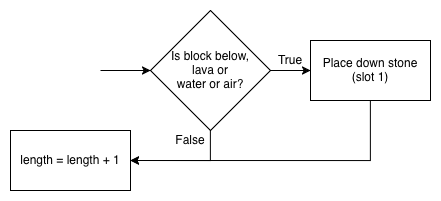
The draw.io diagram tutorials/python-islands/island-7/autominer/images/flowchart-landscape_4.png in CausewayDigital/Minecraft-EE-MakeCode, before a commit. Source tidied: cells renumbered, new cells last; positions are measured from the earlier drawing's top-left corner, leaving out a move shared by most shapes.
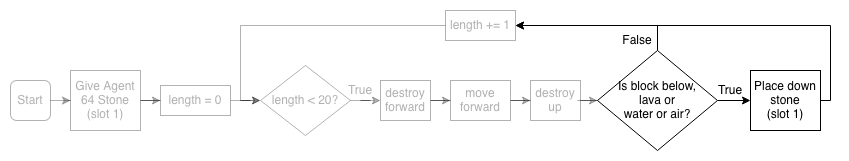
After the commit.

What changed in the source:
```diff
@@ -2,38 +2,86 @@
   <root>
     <mxCell id="0" />
     <mxCell id="1" parent="0" />
-    <mxCell id="2" style="edgeStyle=orthogonalEdgeStyle;rounded=0;jettySize=auto;html=1;" parent="1" edge="1" target="5">
-      <mxGeometry relative="1" as="geometry">
-        <mxPoint x="90" y="60" as="sourcePoint" />
-      </mxGeometry>
-    </mxCell>
+    <mxCell id="11" style="edgeStyle=orthogonalEdgeStyle;rounded=0;jettySize=auto;html=1;opacity=30;textOpacity=30;" parent="1" edge="1" source="12" target="14">
+      <mxGeometry relative="1" as="geometry" />
+    </mxCell>
+    <mxCell id="12" value="Start" style="rounded=1;whiteSpace=wrap;html=1;opacity=30;textOpacity=30;" parent="1" vertex="1">
+      <mxGeometry x="-990" y="170" width="40" height="40" as="geometry" />
+    </mxCell>
+    <mxCell id="13" style="edgeStyle=orthogonalEdgeStyle;rounded=0;jettySize=auto;html=1;opacity=30;textOpacity=30;" parent="1" edge="1" source="14" target="16">
+      <mxGeometry relative="1" as="geometry" />
+    </mxCell>
+    <mxCell id="14" value="&lt;div&gt;Give Agent 64 Stone&lt;/div&gt;(slot 1)" style="rounded=0;whiteSpace=wrap;html=1;opacity=30;textOpacity=30;" parent="1" vertex="1">
+      <mxGeometry x="-930" y="160" width="70" height="60" as="geometry" />
+    </mxCell>
+    <mxCell id="15" style="edgeStyle=orthogonalEdgeStyle;rounded=0;jettySize=auto;html=1;opacity=30;textOpacity=30;" parent="1" edge="1" source="16" target="18">
+      <mxGeometry relative="1" as="geometry" />
+    </mxCell>
+    <mxCell id="16" value="length = 0" style="rounded=0;whiteSpace=wrap;html=1;opacity=30;textOpacity=30;" parent="1" vertex="1">
+      <mxGeometry x="-840" y="175" width="70" height="30" as="geometry" />
+    </mxCell>
+    <mxCell id="17" style="edgeStyle=orthogonalEdgeStyle;rounded=0;jettySize=auto;html=1;opacity=30;textOpacity=30;" parent="1" edge="1" source="18" target="20">
+      <mxGeometry relative="1" as="geometry" />
+    </mxCell>
+    <mxCell id="18" value="length &amp;lt; 20?" style="rhombus;whiteSpace=wrap;html=1;opacity=30;textOpacity=30;" parent="1" vertex="1">
+      <mxGeometry x="-740" y="155" width="90" height="70" as="geometry" />
+    </mxCell>
+    <mxCell id="19" style="edgeStyle=orthogonalEdgeStyle;rounded=0;jettySize=auto;html=1;opacity=30;textOpacity=30;" parent="1" edge="1" source="20" target="22">
+      <mxGeometry relative="1" as="geometry" />
+    </mxCell>
+    <mxCell id="20" value="destroy forward" style="rounded=0;whiteSpace=wrap;html=1;opacity=30;textOpacity=30;" parent="1" vertex="1">
+      <mxGeometry x="-620" y="170" width="50" height="40" as="geometry" />
+    </mxCell>
+    <mxCell id="21" style="edgeStyle=orthogonalEdgeStyle;rounded=0;jettySize=auto;html=1;exitX=1;exitY=0.5;exitDx=0;exitDy=0;opacity=30;textOpacity=30;" parent="1" edge="1" source="22" target="24">
+      <mxGeometry relative="1" as="geometry" />
+    </mxCell>
+    <mxCell id="22" value="move forward" style="rounded=0;whiteSpace=wrap;html=1;opacity=30;textOpacity=30;" parent="1" vertex="1">
+      <mxGeometry x="-550" y="170" width="60" height="40" as="geometry" />
+    </mxCell>
+    <mxCell id="23" style="edgeStyle=orthogonalEdgeStyle;rounded=0;jettySize=auto;html=1;opacity=30;textOpacity=30;" parent="1" edge="1" source="24" target="5">
+      <mxGeometry relative="1" as="geometry" />
+    </mxCell>
+    <mxCell id="24" value="destroy up" style="rounded=0;whiteSpace=wrap;html=1;opacity=30;textOpacity=30;" parent="1" vertex="1">
+      <mxGeometry x="-470" y="170" width="50" height="40" as="geometry" />
+    </mxCell>
     <mxCell id="3" style="edgeStyle=orthogonalEdgeStyle;rounded=0;jettySize=auto;html=1;" parent="1" edge="1" source="5" target="7">
       <mxGeometry relative="1" as="geometry" />
     </mxCell>
-    <mxCell id="4" style="edgeStyle=orthogonalEdgeStyle;rounded=0;jettySize=auto;html=1;exitX=0.5;exitY=1;exitDx=0;exitDy=0;entryX=1;entryY=0.5;entryDx=0;entryDy=0;" parent="1" edge="1" source="5" target="8">
-      <mxGeometry relative="1" as="geometry" />
-    </mxCell>
     <mxCell id="5" value="Is block below, &lt;br&gt;lava or &lt;br&gt;water or air?" style="rhombus;whiteSpace=wrap;html=1;" parent="1" vertex="1">
-      <mxGeometry x="140" width="120" height="120" as="geometry" />
+      <mxGeometry x="-403" y="140" width="120" height="100" as="geometry" />
     </mxCell>
-    <mxCell id="6" style="edgeStyle=orthogonalEdgeStyle;rounded=0;jettySize=auto;html=1;entryX=1;entryY=0.5;entryDx=0;entryDy=0;" parent="1" edge="1" source="7" target="8">
-      <mxGeometry relative="1" as="geometry">
-        <Array as="points">
-          <mxPoint x="360" y="150" />
-        </Array>
-      </mxGeometry>
-    </mxCell>
+    <mxCell id="25" style="edgeStyle=orthogonalEdgeStyle;rounded=0;jettySize=auto;html=1;entryX=1;entryY=0.5;entryDx=0;entryDy=0;" parent="1" edge="1" source="7" target="30">
+      <mxGeometry relative="1" as="geometry">
+        <Array as="points">
+          <mxPoint x="-170" y="190" />
+          <mxPoint x="-170" y="115" />
+        </Array>
+      </mxGeometry>
+    </mxCell>
-    <mxCell id="7" value="&lt;div&gt;Place down stone&lt;/div&gt;&lt;div&gt;(slot 1)&lt;/div&gt;" style="rounded=0;whiteSpace=wrap;html=1;" parent="1" vertex="1">
-      <mxGeometry x="300" y="30" width="120" height="60" as="geometry" />
+    <mxCell id="7" value="&lt;div&gt;Place down stone&lt;/div&gt;(slot 1)" style="rounded=0;whiteSpace=wrap;html=1;" parent="1" vertex="1">
+      <mxGeometry x="-250" y="160" width="70" height="60" as="geometry" />
     </mxCell>
-    <mxCell id="8" value="length = length + 1" style="rounded=0;whiteSpace=wrap;html=1;" parent="1" vertex="1">
-      <mxGeometry y="120" width="120" height="60" as="geometry" />
-    </mxCell>
+    <mxCell id="26" value="True&lt;span style=&quot;color: rgba(0 , 0 , 0 , 0) ; font-family: monospace ; font-size: 0px&quot;&gt;%3CmxGraphModel%3E%3Croot%3E%3CmxCell%20id%3D%220%22%2F%3E%3CmxCell%20id%3D%221%22%20parent%3D%220%22%2F%3E%3CmxCell%20id%3D%222%22%20value%3D%22destroy%20forward%22%20style%3D%22rounded%3D0%3BwhiteSpace%3Dwrap%3Bhtml%3D1%3B%22%20vertex%3D%221%22%20parent%3D%221%22%3E%3CmxGeometry%20x%3D%22240%22%20y%3D%22560%22%20width%3D%22120%22%20height%3D%2260%22%20as%3D%22geometry%22%2F%3E%3C%2FmxCell%3E%3C%2Froot%3E%3C%2FmxGraphModel%3E&lt;/span&gt;" style="text;html=1;align=center;verticalAlign=middle;whiteSpace=wrap;rounded=0;opacity=30;textOpacity=30;" parent="1" vertex="1">
+      <mxGeometry x="-660" y="170" width="40" height="20" as="geometry" />
+    </mxCell>
+    <mxCell id="27" value="True&lt;span style=&quot;color: rgba(0 , 0 , 0 , 0) ; font-family: monospace ; font-size: 0px&quot;&gt;%3CmxGraphModel%3E%3Croot%3E%3CmxCell%20id%3D%220%22%2F%3E%3CmxCell%20id%3D%221%22%20parent%3D%220%22%2F%3E%3CmxCell%20id%3D%222%22%20value%3D%22destroy%20forward%22%20style%3D%22rounded%3D0%3BwhiteSpace%3Dwrap%3Bhtml%3D1%3B%22%20vertex%3D%221%22%20parent%3D%221%22%3E%3CmxGeometry%20x%3D%22240%22%20y%3D%22560%22%20width%3D%22120%22%20height%3D%2260%22%20as%3D%22geometry%22%2F%3E%3C%2FmxCell%3E%3C%2Froot%3E%3C%2FmxGraphModel%3E&lt;/span&gt;" style="text;html=1;align=center;verticalAlign=middle;whiteSpace=wrap;rounded=0;" parent="1" vertex="1">
+      <mxGeometry x="-290" y="170" width="40" height="20" as="geometry" />
+    </mxCell>
+    <mxCell id="28" style="edgeStyle=orthogonalEdgeStyle;rounded=0;jettySize=auto;html=1;exitX=1;exitY=1;exitDx=0;exitDy=0;entryX=1;entryY=0.5;entryDx=0;entryDy=0;" parent="1" edge="1" source="9" target="30">
+      <mxGeometry relative="1" as="geometry">
+        <Array as="points">
+          <mxPoint x="-343" y="115" />
+        </Array>
+      </mxGeometry>
+    </mxCell>
-    <mxCell id="9" value="False" style="text;html=1;strokeColor=none;fillColor=none;align=center;verticalAlign=middle;whiteSpace=wrap;rounded=0;" parent="1" vertex="1">
-      <mxGeometry x="160" y="120" width="40" height="20" as="geometry" />
+    <mxCell id="9" value="False" style="text;html=1;align=center;verticalAlign=middle;whiteSpace=wrap;rounded=0;" parent="1" vertex="1">
+      <mxGeometry x="-383" y="120" width="40" height="20" as="geometry" />
     </mxCell>
-    <mxCell id="10" value="True&lt;span style=&quot;color: rgba(0 , 0 , 0 , 0) ; font-family: monospace ; font-size: 0px&quot;&gt;%3CmxGraphModel%3E%3Croot%3E%3CmxCell%20id%3D%220%22%2F%3E%3CmxCell%20id%3D%221%22%20parent%3D%220%22%2F%3E%3CmxCell%20id%3D%222%22%20value%3D%22destroy%20forward%22%20style%3D%22rounded%3D0%3BwhiteSpace%3Dwrap%3Bhtml%3D1%3B%22%20vertex%3D%221%22%20parent%3D%221%22%3E%3CmxGeometry%20x%3D%22240%22%20y%3D%22560%22%20width%3D%22120%22%20height%3D%2260%22%20as%3D%22geometry%22%2F%3E%3C%2FmxCell%3E%3C%2Froot%3E%3C%2FmxGraphModel%3E&lt;/span&gt;" style="text;html=1;strokeColor=none;fillColor=none;align=center;verticalAlign=middle;whiteSpace=wrap;rounded=0;" parent="1" vertex="1">
-      <mxGeometry x="260" y="40" width="40" height="20" as="geometry" />
-    </mxCell>
+    <mxCell id="29" style="edgeStyle=orthogonalEdgeStyle;rounded=0;jettySize=auto;html=1;entryX=0;entryY=0.5;entryDx=0;entryDy=0;opacity=30;textOpacity=30;" parent="1" edge="1" source="30" target="18">
+      <mxGeometry relative="1" as="geometry" />
+    </mxCell>
+    <mxCell id="30" value="length += 1" style="rounded=0;whiteSpace=wrap;html=1;opacity=30;textOpacity=30;" parent="1" vertex="1">
+      <mxGeometry x="-555" y="100" width="70" height="30" as="geometry" />
+    </mxCell>
   </root>
 </mxGraphModel>
```
